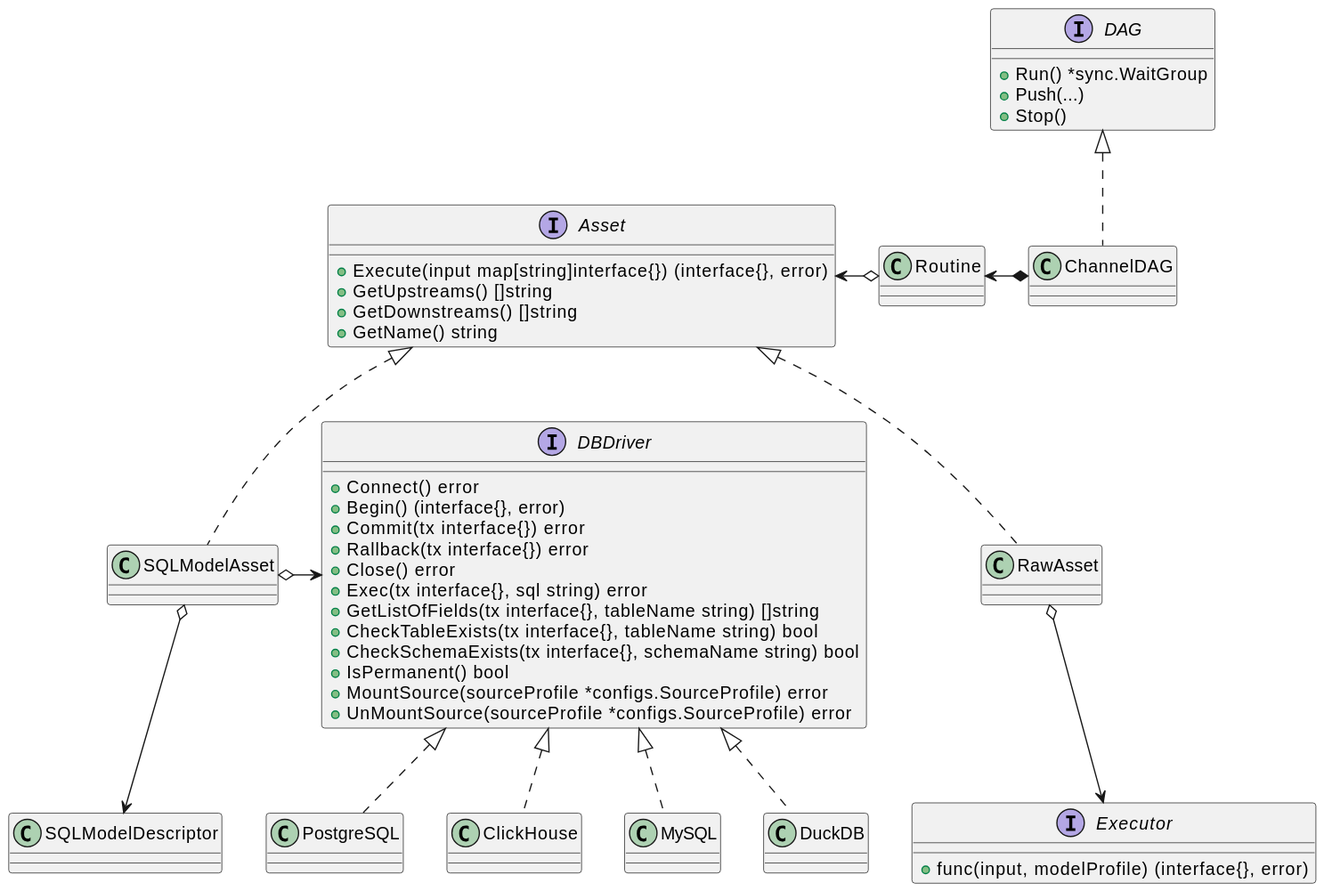
Earlier version of the PlantUML export docs/classes.svg (go-teal/teal).
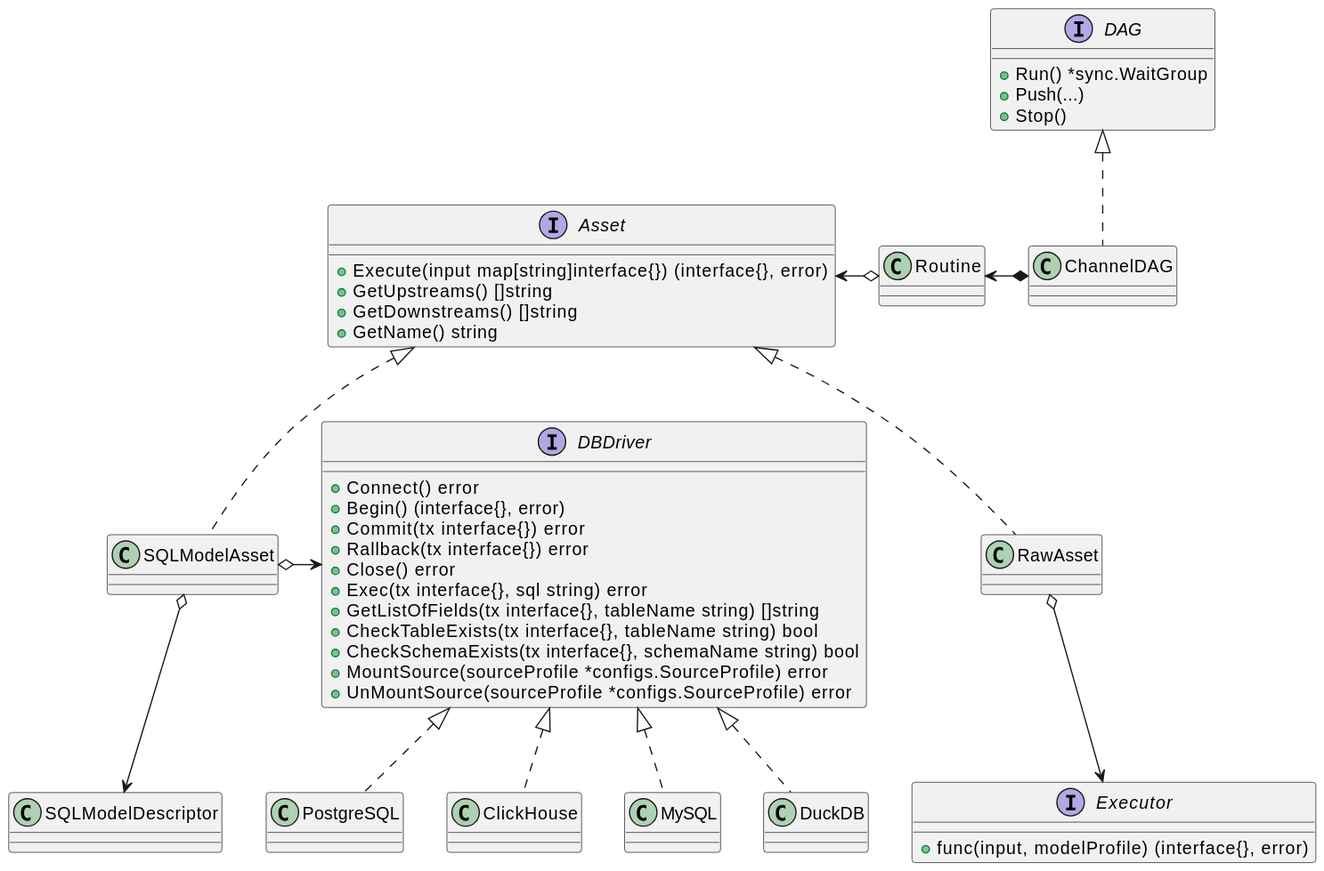
Above is the later version.

Change to the diagram source:
```diff
@@ -17,7 +17,6 @@
 	+GetListOfFields(tx interface{}, tableName string) []string
 	+CheckTableExists(tx interface{}, tableName string) bool
 	+CheckSchemaExists(tx interface{}, schemaName string) bool
-	+IsPermanent() bool
 	+MountSource(sourceProfile *configs.SourceProfile) error
 	+UnMountSource(sourceProfile *configs.SourceProfile) error
 }
```
